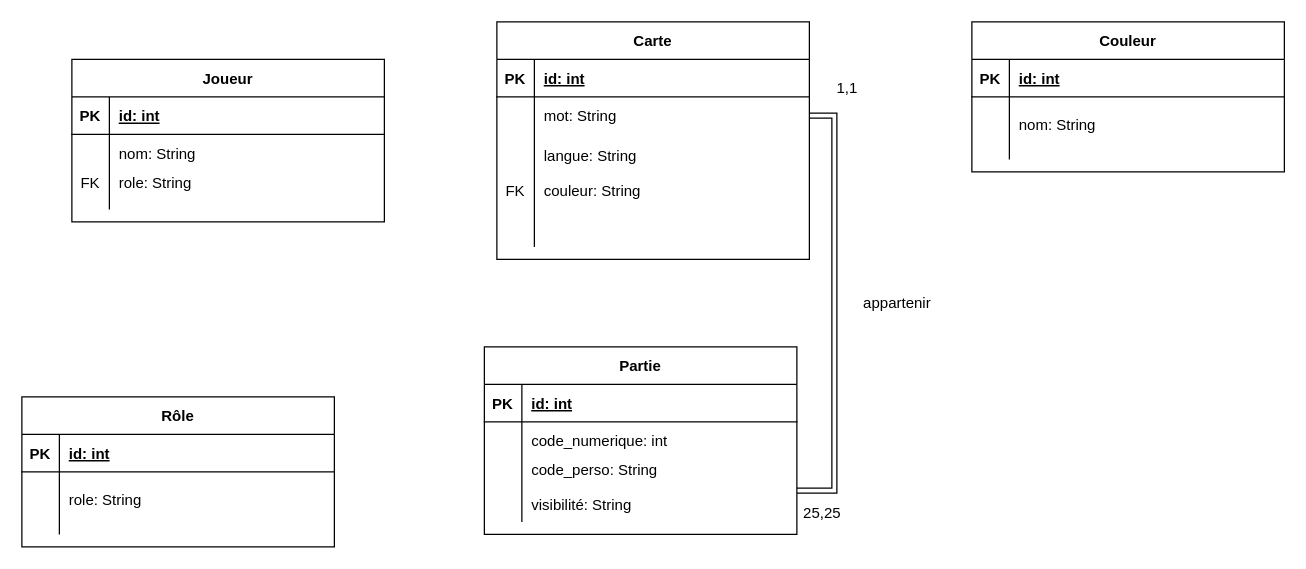
Earlier version of the draw.io diagram Diagramme_PolyNames.drawio (mateohubert2/PolyNames). Source tidied: cells renumbered, new cells numbered last; positions are measured from the earlier drawing's top-left corner, leaving out a move shared by most shapes. Both pictures are drawn from the tidied source at 125%, with x=0, y=0 at pixel (21, 21).
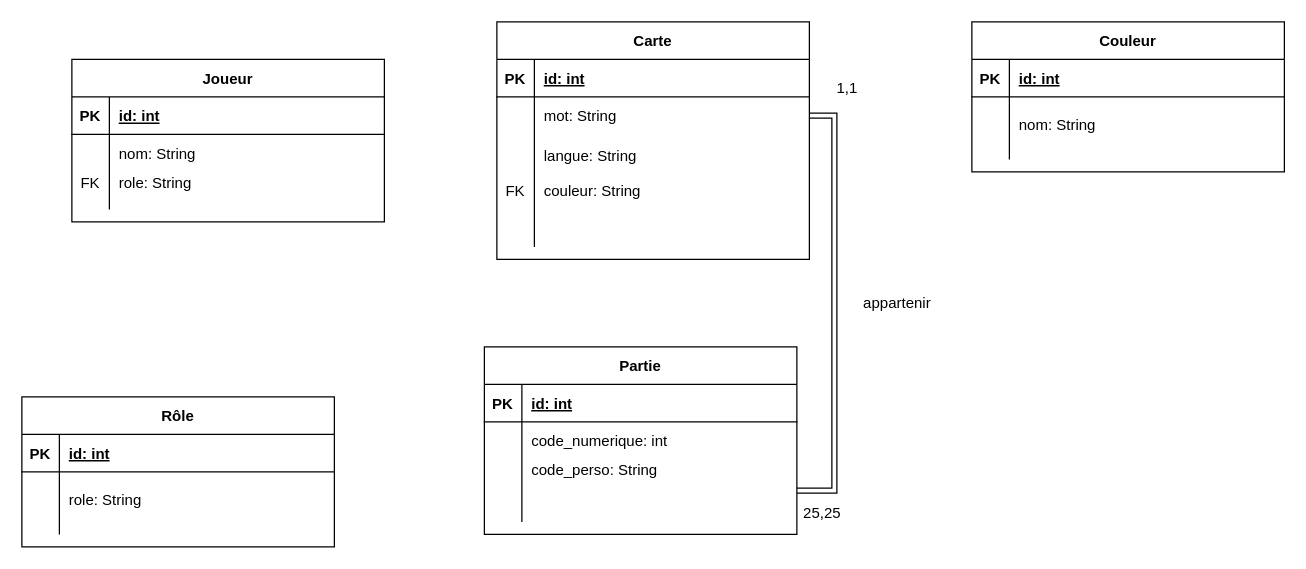
The same page after the edit.

Unchanged cells that the change refers to:
```xml
<mxCell id="19" style="shape=partialRectangle;fillColor=none;points=[[0,0.5],[1,0.5]];portConstraint=eastwest;top=0;left=0;right=0;bottom=0;" parent="12" vertex="1">
  <mxGeometry y="90" width="250" height="50" as="geometry" />
</mxCell>
```

Change to the diagram source:
```diff
@@
-    <mxCell id="21" value="code_perso: String&#10;&#10;visibilité: String&#10;&#10;&#10;&#10;&#10;" style="shape=partialRectangle;overflow=hidden;fillColor=none;top=0;left=0;bottom=0;right=0;align=left;spacingLeft=6;" parent="19" vertex="1">
+    <mxCell id="21" value="code_perso: String&#10;&#10;&#10;&#10;&#10;" style="shape=partialRectangle;overflow=hidden;fillColor=none;top=0;left=0;bottom=0;right=0;align=left;spacingLeft=6;" parent="19" vertex="1">
       <mxGeometry x="30" width="220" height="50" as="geometry" />
     </mxCell>
```
